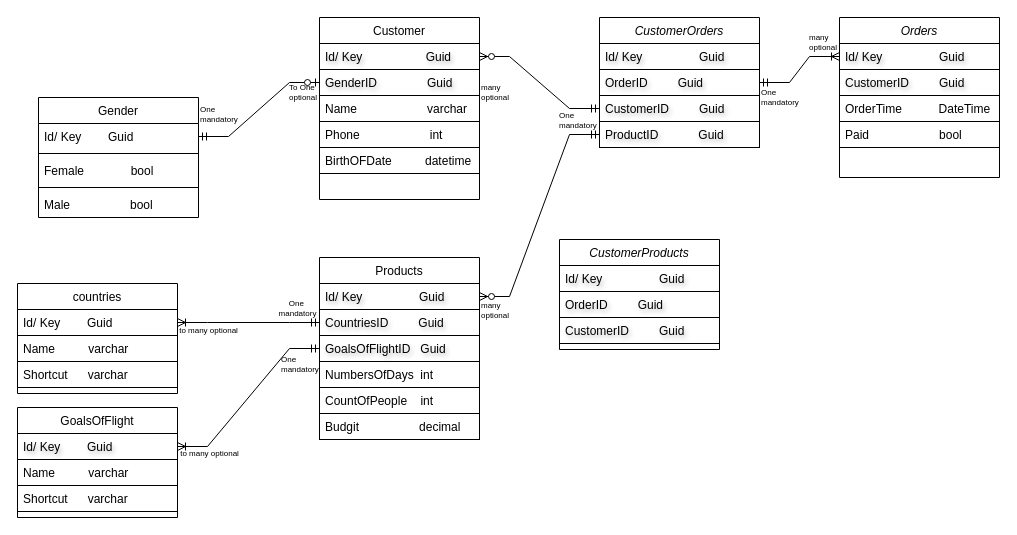
This is ERD_FlightHelper.drawio from EthAlenazi/Flight_Helper, a draw.io file, before an edit. Source tidied: cells renumbered, new cells numbered last; positions are measured from the earlier drawing's top-left corner, leaving out a move shared by most shapes. Both pictures are drawn from the tidied source at 100%, with x=0, y=0 at pixel (17, 17).
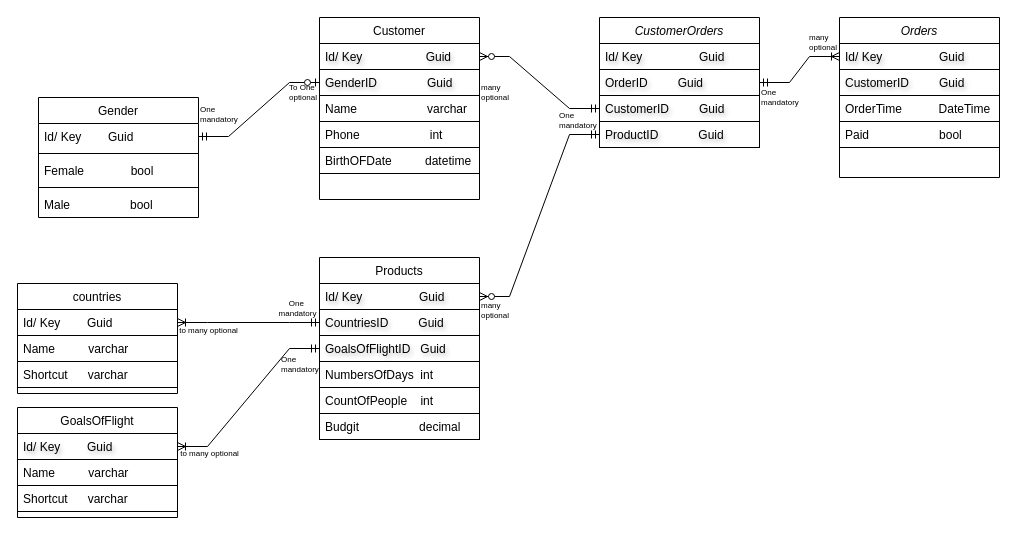
The same diagram, later.

Diff of the diagram source:
```diff
@@
-    <mxCell id="40" value="CustomerProducts" style="swimlane;fontStyle=2;align=center;verticalAlign=top;horizontal=1;startSize=26;rounded=0;shadow=0;strokeWidth=1;" parent="1" vertex="1">
-      <mxGeometry x="542" y="222" width="160" height="110" as="geometry" />
-    </mxCell>
-    <mxCell id="41" value="Id/ Key                 Guid" style="text;align=left;verticalAlign=top;spacingLeft=4;spacingRight=4;overflow=hidden;textShadow=1;strokeColor=default;" parent="40" vertex="1">
-      <mxGeometry y="26" width="160" height="26" as="geometry" />
-    </mxCell>
-    <mxCell id="42" value="OrderID         Guid" style="text;align=left;verticalAlign=top;spacingLeft=4;spacingRight=4;overflow=hidden;labelBorderColor=none;textShadow=1;strokeColor=default;" parent="40" vertex="1">
-      <mxGeometry y="52" width="160" height="26" as="geometry" />
-    </mxCell>
-    <mxCell id="43" value="CustomerID         Guid" style="text;align=left;verticalAlign=top;spacingLeft=4;spacingRight=4;overflow=hidden;labelBorderColor=none;textShadow=1;strokeColor=default;" parent="40" vertex="1">
-      <mxGeometry y="78" width="160" height="26" as="geometry" />
-    </mxCell>
```
